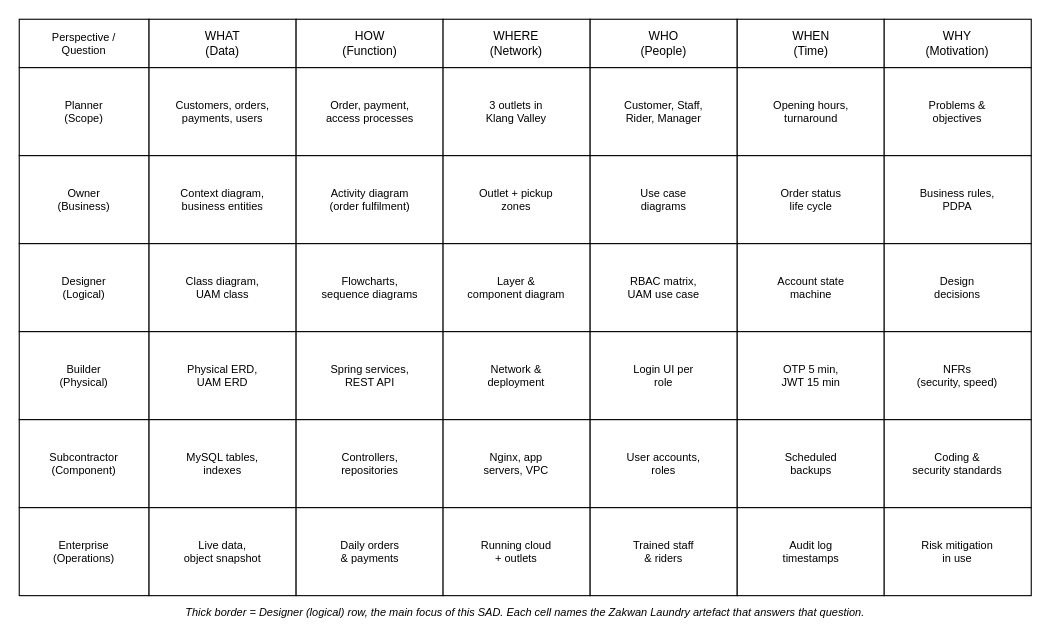
Before: zachman.drawio in Zakwan221/laundrycare-diagrams, a draw.io diagram. Source tidied: cells renumbered, new cells numbered last; positions are measured from the earlier drawing's top-left corner, leaving out a move shared by most shapes. Both pictures are drawn from the tidied source at 110%, with x=0, y=0 at pixel (19, 19).
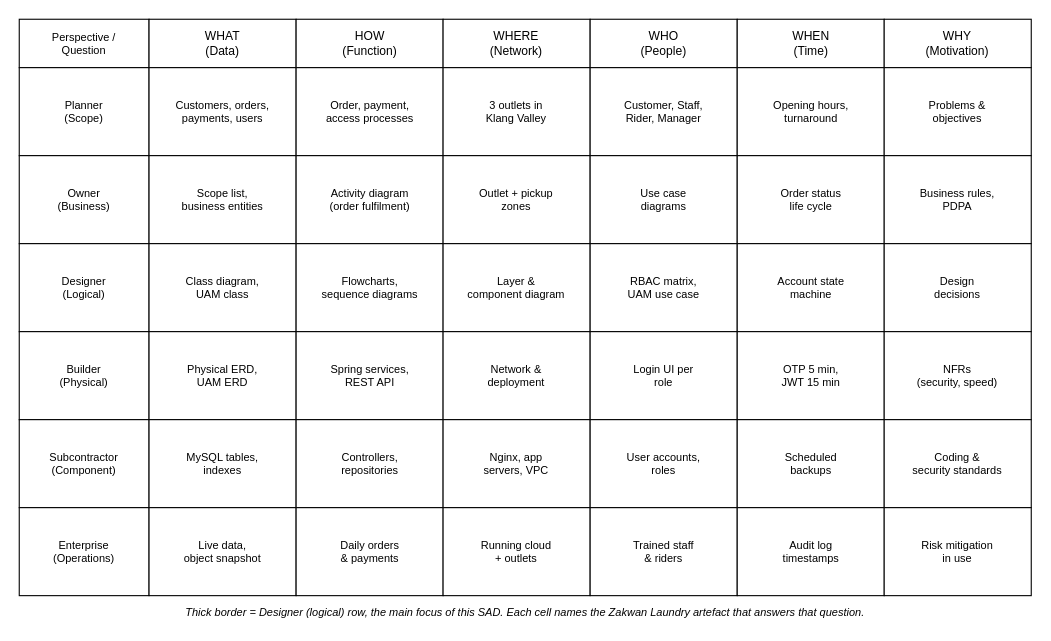
Above is the later version.

Commit message:
Zachman grid: scope list replaces context diagram

What changed in the source:
```diff
@@
-    <mxCell id="17" value="Context diagram,&lt;br&gt;business entities" style="rounded=0;html=1;whiteSpace=wrap;fontFamily=Arial;fontSize=10;fillColor=#ffffff;strokeColor=#000000;" parent="1" vertex="1">
+    <mxCell id="17" value="Scope list,&lt;br&gt;business entities" style="rounded=0;html=1;whiteSpace=wrap;fontFamily=Arial;fontSize=10;fillColor=#ffffff;strokeColor=#000000;" parent="1" vertex="1">
       <mxGeometry x="118" y="124" width="133.7" height="80" as="geometry" />
     </mxCell>
```
